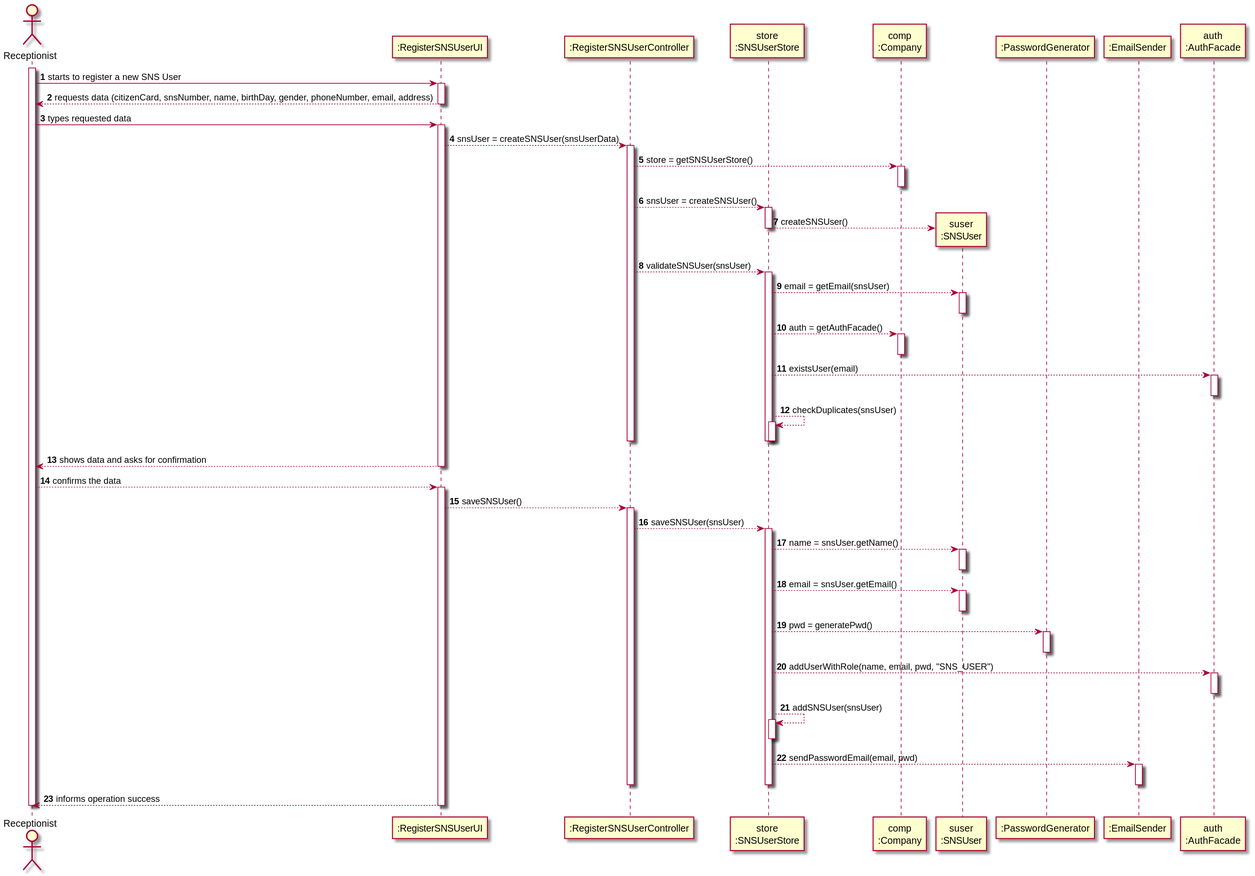
The PlantUML diagram docs/SprintC/US03/SD/US03_SD.svg in miseEnPlace-i/lapr2, before a commit. Source of this version:
```plantuml
@startuml Sequence Diagram
autonumber
actor "Receptionist" as RECEPT

participant ":RegisterSNSUserUI" as UI
participant ":RegisterSNSUserController" as CTRL
participant "store\n:SNSUserStore" as STORE
participant "comp\n:Company" as COMP
participant "suser\n:SNSUser" as SUSER
participant ":PasswordGenerator" as PWDGEN
participant ":EmailSender" as EMAIL
participant "auth\n:AuthFacade" as AUTH

activate RECEPT
RECEPT -> UI : starts to register a new SNS User
activate UI
UI --> RECEPT : requests data (citizenCard, snsNumber, name, birthDay, gender, phoneNumber, email, address)
deactivate UI

RECEPT -> UI : types requested data
activate UI

UI --> CTRL : snsUser = createSNSUser(snsUserData)
activate CTRL

CTRL --> COMP : store = getSNSUserStore()
activate COMP
deactivate COMP

CTRL --> STORE : snsUser = createSNSUser()
activate STORE

STORE --> SUSER** : createSNSUser()

deactivate STORE

CTRL --> STORE : validateSNSUser(snsUser)
activate STORE

STORE --> SUSER : email = getEmail(snsUser)
activate SUSER
deactivate SUSER

STORE --> COMP : auth = getAuthFacade()
activate COMP
deactivate COMP

STORE --> AUTH : existsUser(email)
activate AUTH
deactivate AUTH

STORE --> STORE : checkDuplicates(snsUser)
activate STORE
deactivate STORE

deactivate STORE
deactivate CTRL

UI --> RECEPT : shows data and asks for confirmation
deactivate UI


RECEPT --> UI : confirms the data
activate UI

UI --> CTRL : saveSNSUser()
activate CTRL

CTRL --> STORE : saveSNSUser(snsUser)
activate STORE


STORE --> SUSER : name = snsUser.getName()
activate SUSER
deactivate SUSER

STORE --> SUSER : email = snsUser.getEmail()
activate SUSER
deactivate SUSER

STORE --> PWDGEN : pwd = generatePwd()
activate PWDGEN
deactivate PWDGEN


STORE --> AUTH : addUserWithRole(name, email, pwd, "SNS_USER")
activate AUTH
deactivate AUTH

STORE --> STORE : addSNSUser(snsUser)
activate STORE
deactivate STORE

STORE --> EMAIL : sendPasswordEmail(email, pwd)
activate EMAIL
deactivate EMAIL

deactivate STORE
deactivate CTRL

UI --> RECEPT : informs operation success
deactivate UI

deactivate RECEPT

@enduml
```
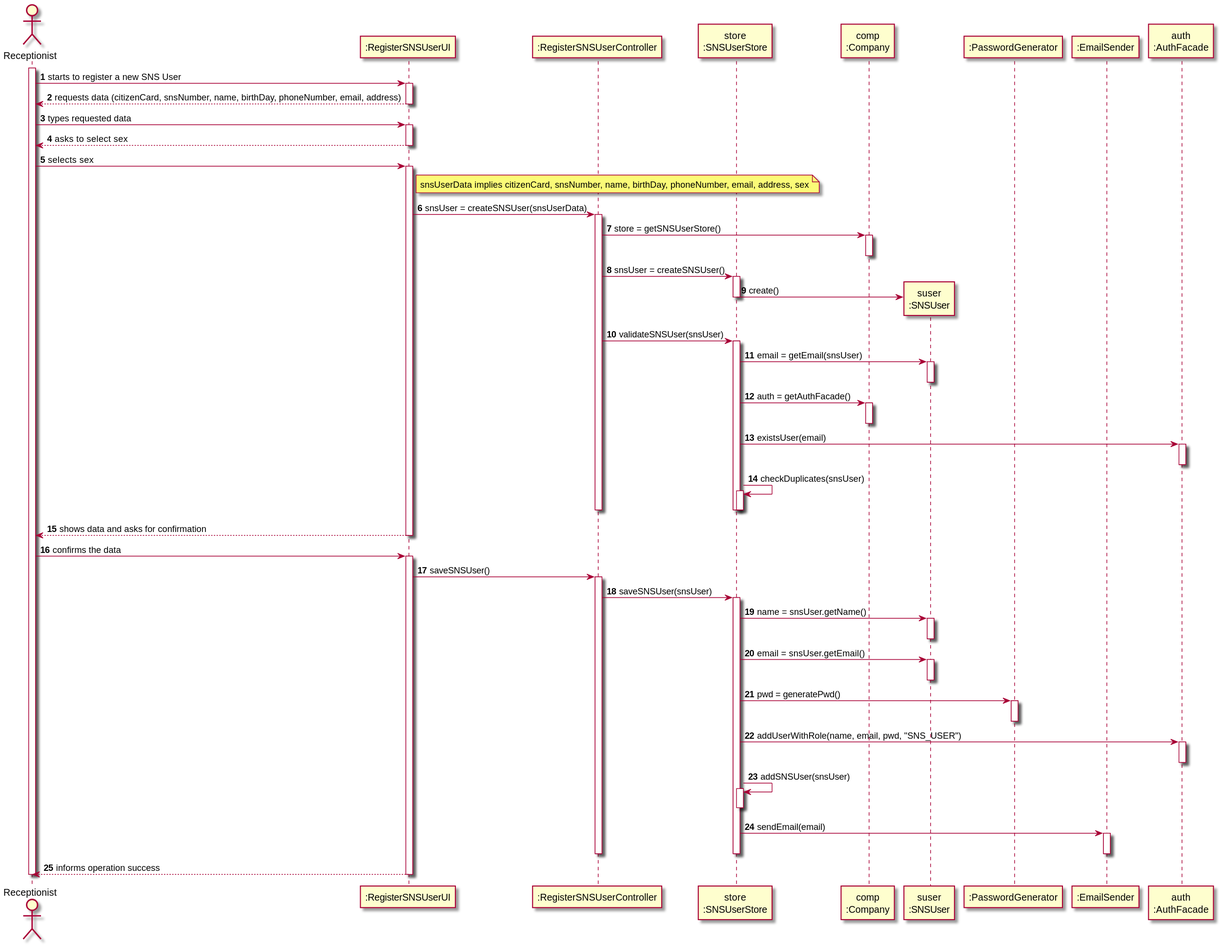
Later version of the same file.

Diff of the diagram source:
```diff
@@ -12,94 +12,94 @@
 participant "auth\n:AuthFacade" as AUTH
 
 activate RECEPT
-RECEPT -> UI : starts to register a new SNS User
-activate UI
-UI --> RECEPT : requests data (citizenCard, snsNumber, name, birthDay, gender, phoneNumber, email, address)
-deactivate UI
+  RECEPT -> UI : starts to register a new SNS User
+  activate UI
+    RECEPT <-- UI : requests data (citizenCard, snsNumber, name, birthDay, phoneNumber, email, address)
+  deactivate UI
 
-RECEPT -> UI : types requested data
-activate UI
+  RECEPT -> UI : types requested data
+  activate UI
+    RECEPT <-- UI : asks to select sex
+  deactivate UI
 
-UI --> CTRL : snsUser = createSNSUser(snsUserData)
-activate CTRL
+  RECEPT -> UI : selects sex
+  activate UI
+    note right of UI
+      snsUserData implies citizenCard, snsNumber, name, birthDay, phoneNumber, email, address, sex
+    end note
 
-CTRL --> COMP : store = getSNSUserStore()
-activate COMP
-deactivate COMP
+    UI -> CTRL : snsUser = createSNSUser(snsUserData)
+    activate CTRL
+      CTRL -> COMP : store = getSNSUserStore()
+      activate COMP
+      deactivate COMP
 
-CTRL --> STORE : snsUser = createSNSUser()
-activate STORE
+      CTRL -> STORE : snsUser = createSNSUser()
+      activate STORE
+        STORE -> SUSER** : create()
+      deactivate STORE
 
-STORE --> SUSER** : createSNSUser()
+      CTRL -> STORE : validateSNSUser(snsUser)
+      activate STORE
+        STORE -> SUSER : email = getEmail(snsUser)
+        activate SUSER
+        deactivate SUSER
 
-deactivate STORE
+        STORE -> COMP : auth = getAuthFacade()
+        activate COMP
+        deactivate COMP
 
-CTRL --> STORE : validateSNSUser(snsUser)
-activate STORE
+        STORE -> AUTH : existsUser(email)
+        activate AUTH
+        deactivate AUTH
 
-STORE --> SUSER : email = getEmail(snsUser)
-activate SUSER
-deactivate SUSER
+        STORE -> STORE : checkDuplicates(snsUser)
+        activate STORE
+        deactivate STORE
 
-STORE --> COMP : auth = getAuthFacade()
-activate COMP
-deactivate COMP
+      deactivate STORE
+    deactivate CTRL
 
-STORE --> AUTH : existsUser(email)
-activate AUTH
-deactivate AUTH
+  RECEPT <-- UI : shows data and asks for confirmation
+  deactivate UI
 
-STORE --> STORE : checkDuplicates(snsUser)
-activate STORE
-deactivate STORE
-
-deactivate STORE
-deactivate CTRL
-
-UI --> RECEPT : shows data and asks for confirmation
-deactivate UI
+  RECEPT -> UI : confirms the data
+  activate UI
+    UI -> CTRL : saveSNSUser()
+    activate CTRL
+      CTRL -> STORE : saveSNSUser(snsUser)
+      activate STORE
 
 
-RECEPT --> UI : confirms the data
-activate UI
+        STORE -> SUSER : name = snsUser.getName()
+        activate SUSER
+        deactivate SUSER
 
-UI --> CTRL : saveSNSUser()
-activate CTRL
+        STORE -> SUSER : email = snsUser.getEmail()
+        activate SUSER
+        deactivate SUSER
 
-CTRL --> STORE : saveSNSUser(snsUser)
-activate STORE
+        STORE -> PWDGEN : pwd = generatePwd()
+        activate PWDGEN
+        deactivate PWDGEN
 
 
-STORE --> SUSER : name = snsUser.getName()
-activate SUSER
-deactivate SUSER
+        STORE -> AUTH : addUserWithRole(name, email, pwd, "SNS_USER")
+        activate AUTH
+        deactivate AUTH
 
-STORE --> SUSER : email = snsUser.getEmail()
-activate SUSER
-deactivate SUSER
+        STORE -> STORE : addSNSUser(snsUser)
+        activate STORE
+        deactivate STORE
 
-STORE --> PWDGEN : pwd = generatePwd()
-activate PWDGEN
-deactivate PWDGEN
+        STORE -> EMAIL : sendEmail(email)
+        activate EMAIL
+        deactivate EMAIL
+      deactivate STORE
+    deactivate CTRL
 
-
-STORE --> AUTH : addUserWithRole(name, email, pwd, "SNS_USER")
-activate AUTH
-deactivate AUTH
-
-STORE --> STORE : addSNSUser(snsUser)
-activate STORE
-deactivate STORE
-
-STORE --> EMAIL : sendPasswordEmail(email, pwd)
-activate EMAIL
-deactivate EMAIL
-
-deactivate STORE
-deactivate CTRL
-
-UI --> RECEPT : informs operation success
-deactivate UI
+    RECEPT <-- UI : informs operation success
+  deactivate UI
 
 deactivate RECEPT
 
```
